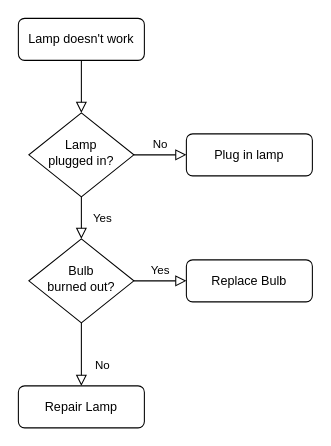
SerioDmGuy/BasicCalculator keeps this draw.io diagram as flowchart.drawio. Above is the earlier version. Source tidied: cells renumbered, new cells numbered last; positions are measured from the earlier drawing's top-left corner, leaving out a move shared by most shapes. Both pictures are drawn from the tidied source at 105%, with x=0, y=0 at pixel (18, 18).
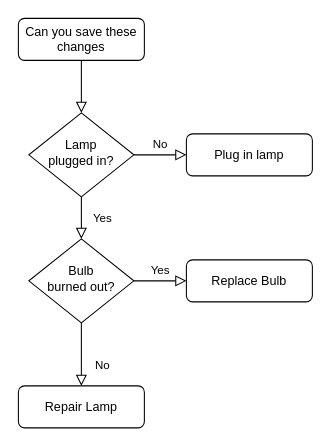
After the change.

Diff of the diagram source:
```diff
@@
 <mxGraphModel>
   <root>
     <mxCell id="0" />
     <mxCell id="1" parent="0" />
     <mxCell id="2" style="rounded=0;html=1;jettySize=auto;fontSize=11;endArrow=block;endFill=0;endSize=8;strokeWidth=1;shadow=0;labelBackgroundColor=none;edgeStyle=orthogonalEdgeStyle;" parent="1" edge="1" source="3" target="6">
       <mxGeometry relative="1" as="geometry" />
     </mxCell>
-    <mxCell id="3" value="Lamp doesn't work" style="rounded=1;whiteSpace=wrap;html=1;fontSize=12;glass=0;strokeWidth=1;shadow=0;" parent="1" vertex="1">
+    <mxCell id="3" value="Can you save these changes" style="rounded=1;whiteSpace=wrap;html=1;fontSize=12;glass=0;strokeWidth=1;shadow=0;" parent="1" vertex="1">
       <mxGeometry width="120" height="40" as="geometry" />
     </mxCell>
     <mxCell id="4" value="Yes" style="rounded=0;html=1;jettySize=auto;fontSize=11;endArrow=block;endFill=0;endSize=8;strokeWidth=1;shadow=0;labelBackgroundColor=none;edgeStyle=orthogonalEdgeStyle;" parent="1" edge="1" source="6" target="10">
       <mxGeometry y="20" relative="1" as="geometry" />
     </mxCell>
     <mxCell id="5" value="No" style="edgeStyle=orthogonalEdgeStyle;rounded=0;html=1;jettySize=auto;fontSize=11;endArrow=block;endFill=0;endSize=8;strokeWidth=1;shadow=0;labelBackgroundColor=none;" parent="1" edge="1" source="6" target="7">
       <mxGeometry y="10" relative="1" as="geometry" />
     </mxCell>
     <mxCell id="6" value="Lamp&lt;br&gt;plugged in?" style="rhombus;whiteSpace=wrap;html=1;shadow=0;fontFamily=Helvetica;fontSize=12;align=center;strokeWidth=1;spacing=6;spacingTop=-4;" parent="1" vertex="1">
       <mxGeometry x="10" y="90" width="100" height="80" as="geometry" />
     </mxCell>
     <mxCell id="7" value="Plug in lamp" style="rounded=1;whiteSpace=wrap;html=1;fontSize=12;glass=0;strokeWidth=1;shadow=0;" parent="1" vertex="1">
       <mxGeometry x="160" y="110" width="120" height="40" as="geometry" />
     </mxCell>
     <mxCell id="8" value="No" style="rounded=0;html=1;jettySize=auto;fontSize=11;endArrow=block;endFill=0;endSize=8;strokeWidth=1;shadow=0;labelBackgroundColor=none;edgeStyle=orthogonalEdgeStyle;" parent="1" edge="1" source="10" target="11">
       <mxGeometry x="0.33" y="20" relative="1" as="geometry" />
     </mxCell>
     <mxCell id="9" value="Yes" style="edgeStyle=orthogonalEdgeStyle;rounded=0;html=1;jettySize=auto;fontSize=11;endArrow=block;endFill=0;endSize=8;strokeWidth=1;shadow=0;labelBackgroundColor=none;" parent="1" edge="1" source="10" target="12">
       <mxGeometry y="10" relative="1" as="geometry" />
     </mxCell>
     <mxCell id="10" value="Bulb&lt;br&gt;burned out?" style="rhombus;whiteSpace=wrap;html=1;shadow=0;fontFamily=Helvetica;fontSize=12;align=center;strokeWidth=1;spacing=6;spacingTop=-4;" parent="1" vertex="1">
       <mxGeometry x="10" y="210" width="100" height="80" as="geometry" />
     </mxCell>
     <mxCell id="11" value="Repair Lamp" style="rounded=1;whiteSpace=wrap;html=1;fontSize=12;glass=0;strokeWidth=1;shadow=0;" parent="1" vertex="1">
       <mxGeometry y="350" width="120" height="40" as="geometry" />
     </mxCell>
     <mxCell id="12" value="Replace Bulb" style="rounded=1;whiteSpace=wrap;html=1;fontSize=12;glass=0;strokeWidth=1;shadow=0;" parent="1" vertex="1">
       <mxGeometry x="160" y="230" width="120" height="40" as="geometry" />
     </mxCell>
   </root>
 </mxGraphModel>
```
